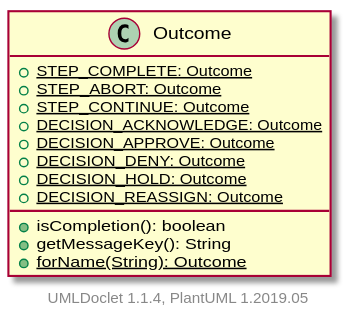
apache/jspwiki-site keeps this PlantUML diagram as apidocs/2.11.0.M8-SNAPSHOT/org/apache/wiki/workflow/Outcome.svg. Above is the earlier version.
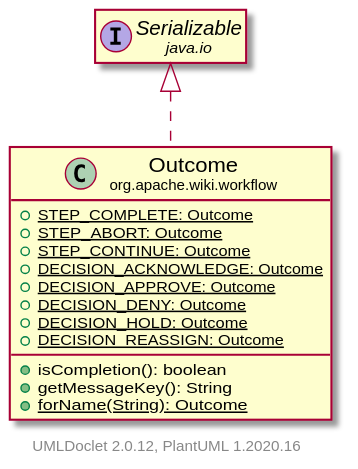
After the commit.

The edit, as a diff of the source:
```diff
@@ -1,6 +1,9 @@
 @startuml
+    set namespaceSeparator none
+    hide empty fields
+    hide empty methods
 
-    class Outcome [[Outcome.html]] {
+    class "<size:14>Outcome\n<size:10>org.apache.wiki.workflow" as org.apache.wiki.workflow.Outcome [[Outcome.html]] {
         {static} +STEP_COMPLETE: Outcome
         {static} +STEP_ABORT: Outcome
         {static} +STEP_CONTINUE: Outcome
@@ -14,6 +17,9 @@
         {static} +forName(String): Outcome
     }
 
+    interface "<size:14>Serializable\n<size:10>java.io" as java.io.Serializable
 
-    center footer UMLDoclet 1.1.4, PlantUML 1.2019.05
+    java.io.Serializable <|.. org.apache.wiki.workflow.Outcome
+
+    center footer UMLDoclet 2.0.12, PlantUML 1.2020.16
 @enduml
```
